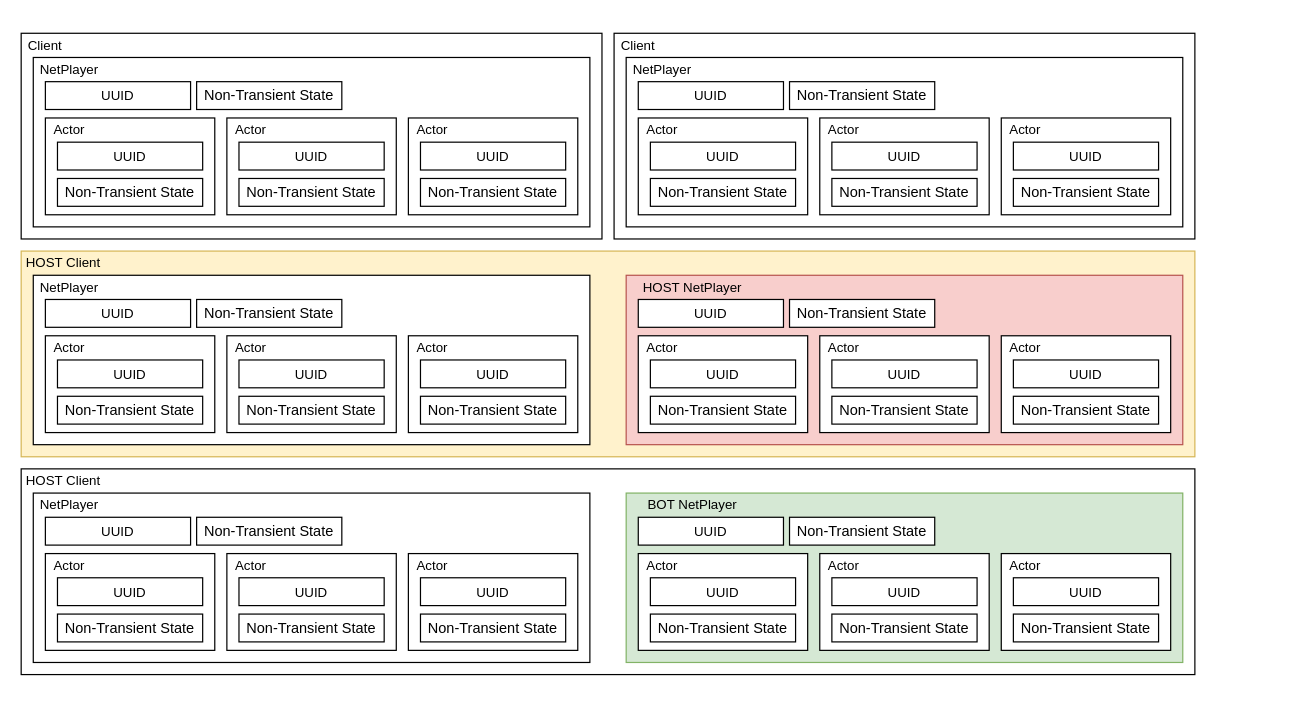
Earlier version of the draw.io diagram doc/TopLevelDiagram.drawio (Flynnn/ReActorNet). Source tidied: cells renumbered, new cells numbered last; positions are measured from the earlier drawing's top-left corner, leaving out a move shared by most shapes. Both pictures are drawn from the tidied source at 121%, with x=0, y=0 at pixel (21, 21).
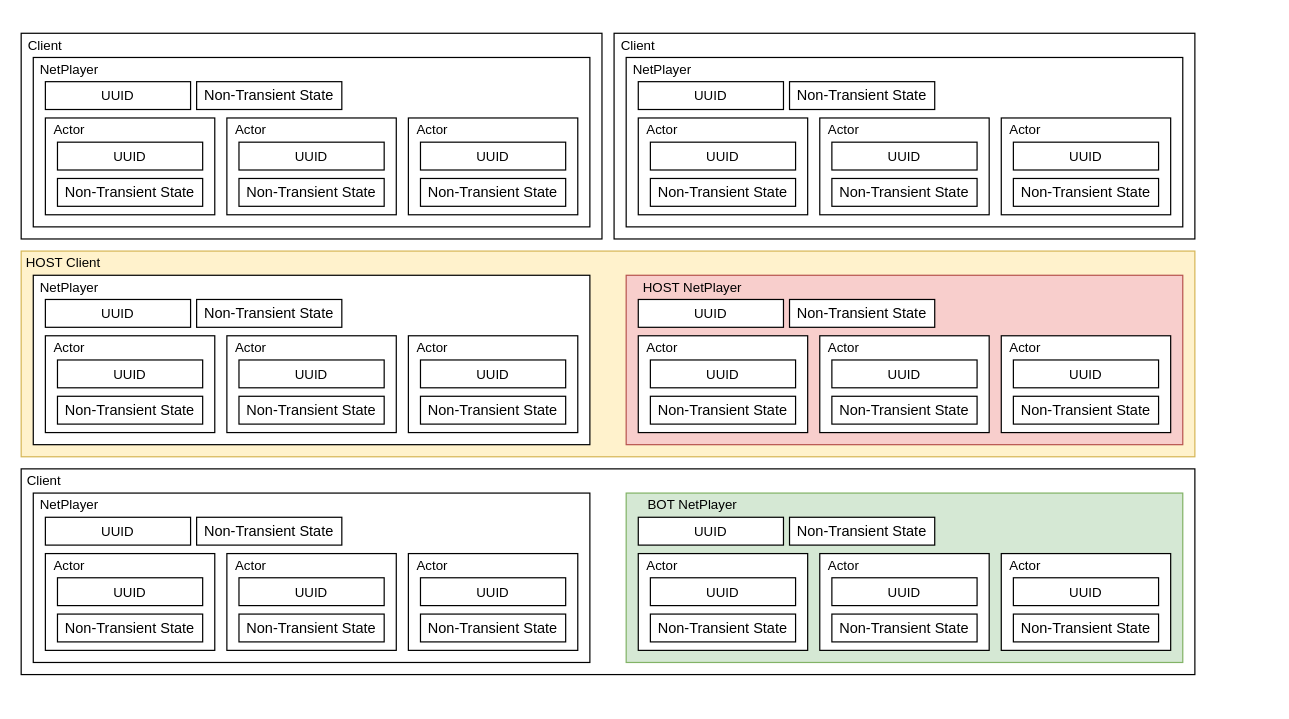
After the change.

Commit message (it also covers changes not shown here):
Update breakdown diagram

What changed in the source:
```diff
@@
-    <mxCell id="103" value="HOST Client" style="text;html=1;strokeColor=none;fillColor=none;align=center;verticalAlign=middle;whiteSpace=wrap;rounded=0;fontSize=11;" parent="1" vertex="1">
+    <mxCell id="103" value="&amp;nbsp;Client" style="text;html=1;strokeColor=none;fillColor=none;align=left;verticalAlign=middle;whiteSpace=wrap;rounded=0;fontSize=11;" parent="1" vertex="1">
       <mxGeometry y="370" width="70" height="20" as="geometry" />
     </mxCell>
```
